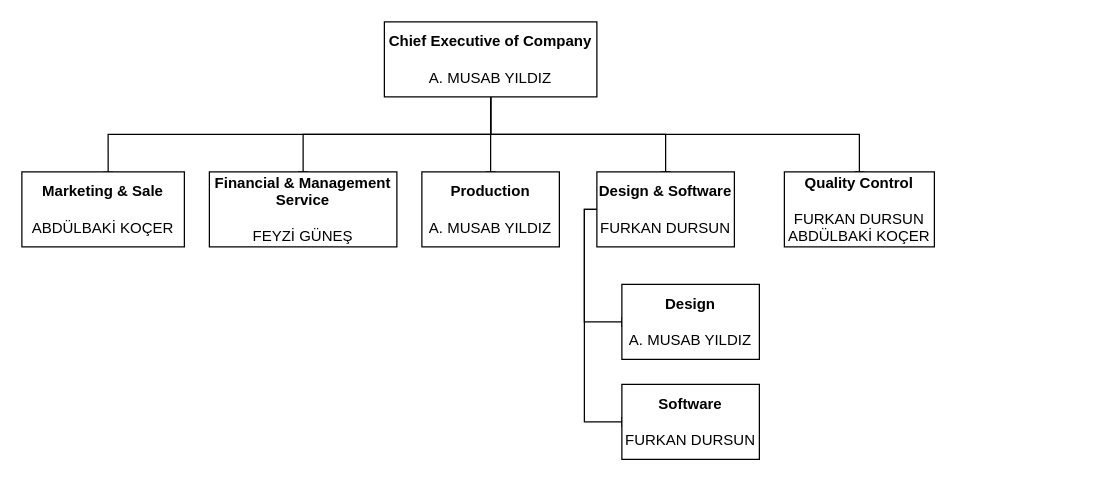
The draw.io diagram anadolurobotik.drawio in mmuurraatt/AnadoluRobotik, before the edit. Source tidied: cells renumbered, new cells numbered last; positions are measured from the earlier drawing's top-left corner, leaving out a move shared by most shapes. Both pictures are drawn from the tidied source at 125%, with x=0, y=0 at pixel (21, 21).
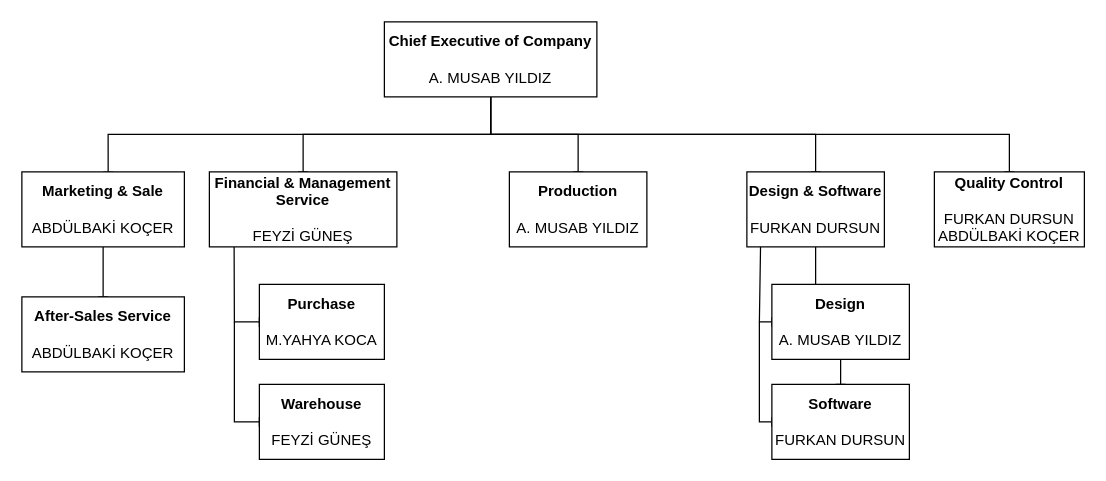
After the change.

Unchanged cells that the change refers to:
```xml
<mxCell id="8" value="&lt;b&gt;Marketing &amp;amp; Sale&lt;/b&gt;&lt;br&gt;&lt;br&gt;ABDÜLBAKİ KOÇER" style="rounded=0;whiteSpace=wrap;html=1;" parent="1" vertex="1">
  <mxGeometry y="120" width="130" height="60" as="geometry" />
</mxCell>
<mxCell id="9" value="&lt;b&gt;Financial &amp;amp; Management Service&lt;/b&gt;&lt;br&gt;&lt;br&gt;FEYZİ GÜNEŞ" style="rounded=0;whiteSpace=wrap;html=1;" parent="1" vertex="1">
  <mxGeometry x="150" y="120" width="150" height="60" as="geometry" />
</mxCell>
```

Diff of the diagram source:
```diff
@@
+    <mxCell id="17" style="edgeStyle=orthogonalEdgeStyle;rounded=0;jettySize=auto;html=1;entryX=0.5;entryY=0;entryDx=0;entryDy=0;strokeColor=default;endArrow=baseDash;endFill=0;" parent="1" edge="1" source="8" target="20">
+      <mxGeometry relative="1" as="geometry" />
+    </mxCell>
@@
+    <mxCell id="18" style="edgeStyle=orthogonalEdgeStyle;rounded=0;jettySize=auto;html=1;exitX=0.132;exitY=1.003;exitDx=0;exitDy=0;strokeColor=default;endArrow=baseDash;endFill=0;entryX=0;entryY=0.5;entryDx=0;entryDy=0;exitPerimeter=0;" parent="1" edge="1" source="9" target="21">
+      <mxGeometry relative="1" as="geometry">
+        <Array as="points">
+          <mxPoint x="170" y="183" />
+          <mxPoint x="170" y="240" />
+        </Array>
+      </mxGeometry>
+    </mxCell>
@@
     <mxCell id="10" value="&lt;b&gt;Production&lt;/b&gt;&lt;br&gt;&lt;br&gt;A. MUSAB YILDIZ" style="rounded=0;whiteSpace=wrap;html=1;" parent="1" vertex="1">
-      <mxGeometry x="320" y="120" width="110" height="60" as="geometry" />
+      <mxGeometry x="390" y="120" width="110" height="60" as="geometry" />
     </mxCell>
-    <mxCell id="11" style="edgeStyle=orthogonalEdgeStyle;rounded=0;jettySize=auto;html=1;exitX=0;exitY=0.5;exitDx=0;exitDy=0;entryX=0;entryY=0.5;entryDx=0;entryDy=0;strokeColor=default;endArrow=baseDash;endFill=0;" parent="1" edge="1" source="13" target="16">
+    <mxCell id="11" style="edgeStyle=orthogonalEdgeStyle;rounded=0;jettySize=auto;html=1;entryX=0;entryY=0.5;entryDx=0;entryDy=0;strokeColor=default;endArrow=baseDash;endFill=0;" parent="1" edge="1" target="16">
       <mxGeometry relative="1" as="geometry">
+        <mxPoint x="590" y="240" as="sourcePoint" />
         <Array as="points">
-          <mxPoint x="450" y="150" />
-          <mxPoint x="450" y="320" />
+          <mxPoint x="590" y="250" />
+          <mxPoint x="590" y="320" />
         </Array>
       </mxGeometry>
     </mxCell>
-    <mxCell id="12" style="edgeStyle=orthogonalEdgeStyle;rounded=0;jettySize=auto;html=1;exitX=0;exitY=0.5;exitDx=0;exitDy=0;entryX=0;entryY=0.5;entryDx=0;entryDy=0;strokeColor=default;endArrow=baseDash;endFill=0;" parent="1" edge="1" source="13" target="15">
+    <mxCell id="12" style="edgeStyle=orthogonalEdgeStyle;rounded=0;jettySize=auto;html=1;exitX=0.099;exitY=0.987;exitDx=0;exitDy=0;entryX=0;entryY=0.5;entryDx=0;entryDy=0;strokeColor=default;endArrow=baseDash;endFill=0;exitPerimeter=0;" parent="1" edge="1" source="13" target="15">
       <mxGeometry relative="1" as="geometry">
         <Array as="points">
-          <mxPoint x="450" y="150" />
-          <mxPoint x="450" y="240" />
+          <mxPoint x="591" y="182" />
+          <mxPoint x="590" y="182" />
+          <mxPoint x="590" y="240" />
         </Array>
       </mxGeometry>
     </mxCell>
+    <mxCell id="19" style="edgeStyle=orthogonalEdgeStyle;rounded=0;jettySize=auto;html=1;strokeColor=default;endArrow=baseDash;endFill=0;" parent="1" edge="1" source="13" target="16">
+      <mxGeometry relative="1" as="geometry" />
+    </mxCell>
     <mxCell id="13" value="&lt;b&gt;Design &amp;amp; Software&lt;/b&gt;&lt;br&gt;&lt;br&gt;FURKAN DURSUN" style="rounded=0;whiteSpace=wrap;html=1;" parent="1" vertex="1">
-      <mxGeometry x="460" y="120" width="110" height="60" as="geometry" />
+      <mxGeometry x="580" y="120" width="110" height="60" as="geometry" />
     </mxCell>
     <mxCell id="14" value="&lt;b&gt;Quality Control&lt;/b&gt;&lt;br&gt;&lt;br&gt;FURKAN DURSUN&lt;br&gt;ABDÜLBAKİ KOÇER" style="rounded=0;whiteSpace=wrap;html=1;" parent="1" vertex="1">
-      <mxGeometry x="610" y="120" width="120" height="60" as="geometry" />
+      <mxGeometry x="730" y="120" width="120" height="60" as="geometry" />
     </mxCell>
     <mxCell id="15" value="&lt;b&gt;Design&lt;/b&gt;&lt;br&gt;&lt;br&gt;A. MUSAB YILDIZ" style="rounded=0;whiteSpace=wrap;html=1;" parent="1" vertex="1">
-      <mxGeometry x="480" y="210" width="110" height="60" as="geometry" />
+      <mxGeometry x="600" y="210" width="110" height="60" as="geometry" />
     </mxCell>
     <mxCell id="16" value="&lt;b&gt;Software&lt;/b&gt;&lt;br&gt;&lt;br&gt;FURKAN DURSUN" style="rounded=0;whiteSpace=wrap;html=1;" parent="1" vertex="1">
-      <mxGeometry x="480" y="290" width="110" height="60" as="geometry" />
+      <mxGeometry x="600" y="290" width="110" height="60" as="geometry" />
     </mxCell>
+    <mxCell id="20" value="&lt;b&gt;After-Sales Service&lt;/b&gt;&lt;br&gt;&lt;br&gt;ABDÜLBAKİ KOÇER" style="rounded=0;whiteSpace=wrap;html=1;" parent="1" vertex="1">
+      <mxGeometry y="220" width="130" height="60" as="geometry" />
+    </mxCell>
+    <mxCell id="21" value="&lt;b&gt;Purchase&lt;/b&gt;&lt;br&gt;&lt;br&gt;M.YAHYA KOCA" style="rounded=0;whiteSpace=wrap;html=1;" parent="1" vertex="1">
+      <mxGeometry x="190" y="210" width="100" height="60" as="geometry" />
+    </mxCell>
+    <mxCell id="22" value="&lt;b&gt;Warehouse&lt;/b&gt;&lt;br&gt;&lt;br&gt;FEYZİ GÜNEŞ" style="rounded=0;whiteSpace=wrap;html=1;" parent="1" vertex="1">
+      <mxGeometry x="190" y="290" width="100" height="60" as="geometry" />
+    </mxCell>
+    <mxCell id="23" style="edgeStyle=orthogonalEdgeStyle;rounded=0;orthogonalLoop=1;jettySize=auto;html=1;strokeColor=default;endArrow=baseDash;endFill=0;" parent="1" edge="1">
+      <mxGeometry relative="1" as="geometry">
+        <mxPoint x="170" y="240" as="sourcePoint" />
+        <mxPoint x="190" y="320" as="targetPoint" />
+        <Array as="points">
+          <mxPoint x="170" y="320" />
+        </Array>
+      </mxGeometry>
+    </mxCell>
```
